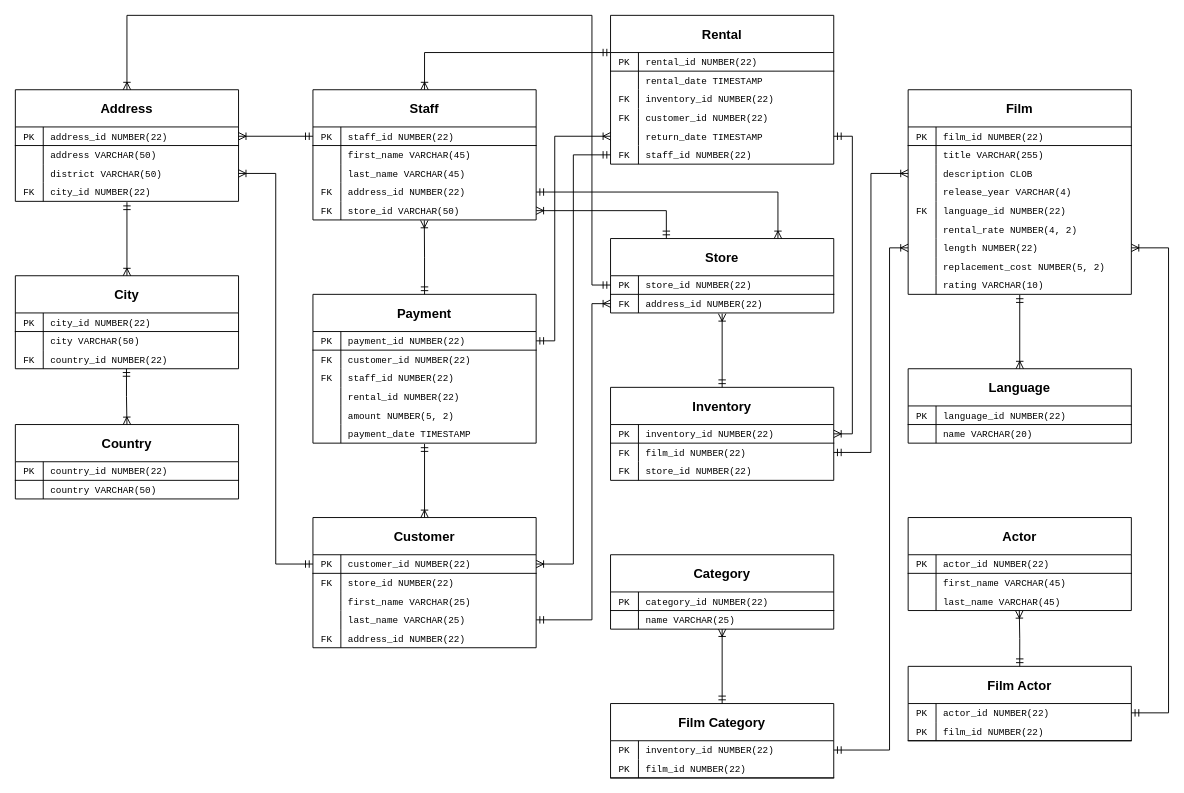
The draw.io diagram assignments/hw2/diagram.drawio in hanggrian/IIT-ITM515, before the edit. Source tidied: cells renumbered, new cells numbered last; positions are measured from the earlier drawing's top-left corner, leaving out a move shared by most shapes. Both pictures are drawn from the tidied source at 93%, with x=0, y=0 at pixel (15, 15).
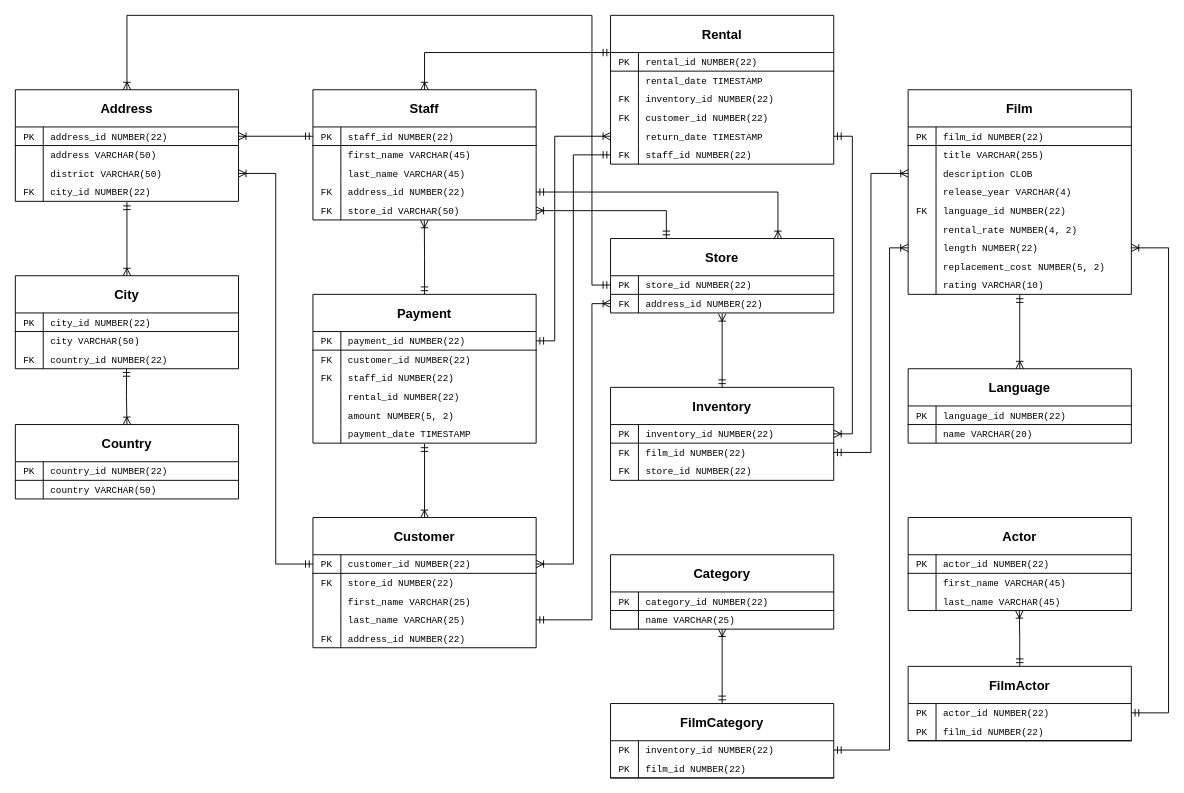
After the change.

The edit, as a diff of the source:
```diff
@@
-    <mxCell id="107" value="Film Category" style="shape=table;startSize=40;childLayout=tableLayout;rowLines=0;fontStyle=1;align=center;fontSize=14;swimlaneFillColor=none;fontFamily=Helvetica;" parent="1" vertex="1">
+    <mxCell id="107" value="FilmCategory" style="shape=table;startSize=40;childLayout=tableLayout;rowLines=0;fontStyle=1;align=center;fontSize=14;swimlaneFillColor=none;fontFamily=Helvetica;" parent="1" vertex="1">
       <mxGeometry x="640" y="740" width="240" height="80" as="geometry" />
     </mxCell>
@@
-    <mxCell id="131" value="Film Actor" style="shape=table;startSize=40;childLayout=tableLayout;rowLines=0;fontStyle=1;align=center;fontSize=14;swimlaneFillColor=none;fontFamily=Helvetica;" parent="1" vertex="1">
+    <mxCell id="131" value="FilmActor" style="shape=table;startSize=40;childLayout=tableLayout;rowLines=0;fontStyle=1;align=center;fontSize=14;swimlaneFillColor=none;fontFamily=Helvetica;" parent="1" vertex="1">
       <mxGeometry x="960" y="700" width="240" height="80" as="geometry" />
     </mxCell>
```
